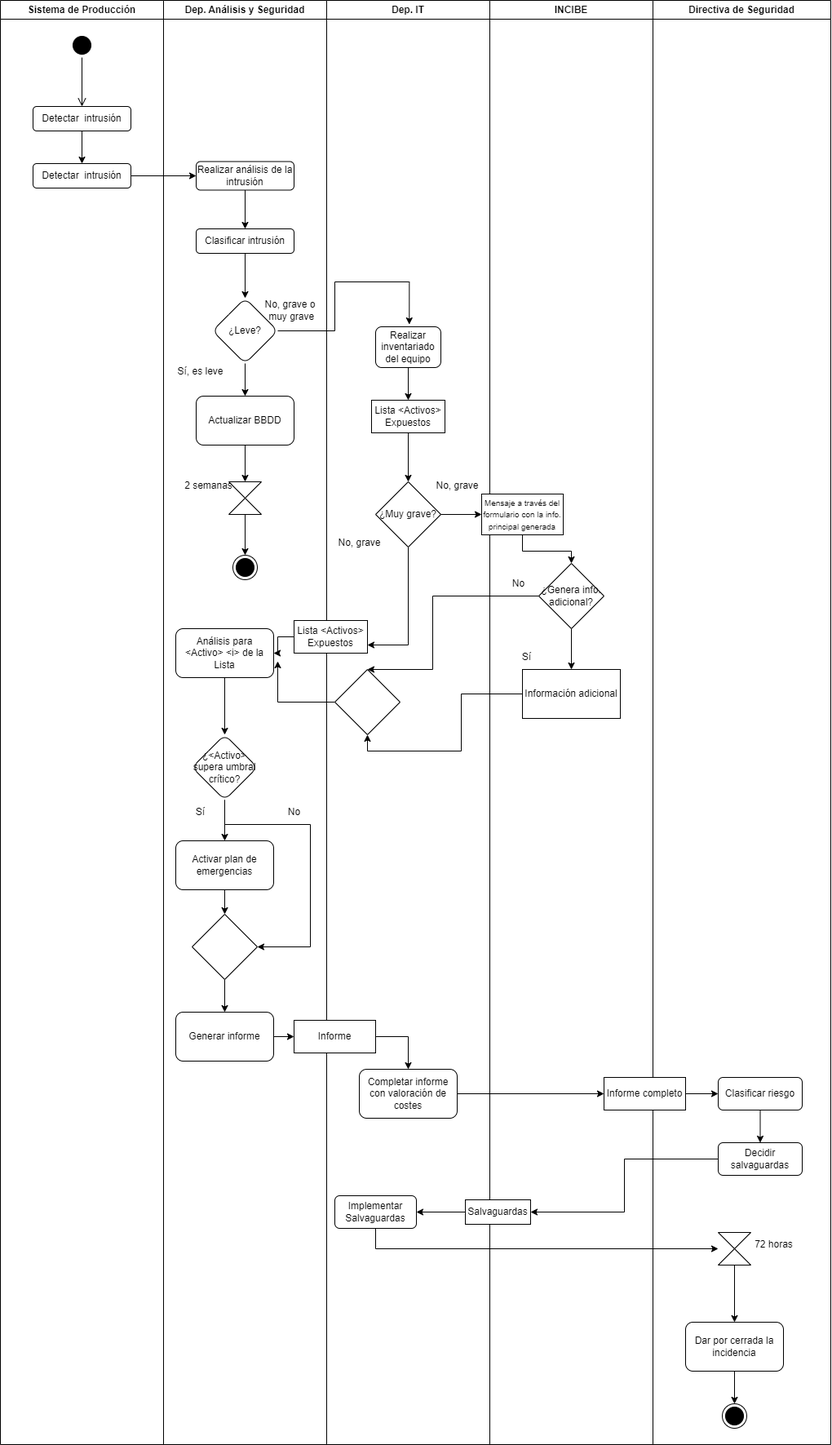
Before: Diagrams/UMLPractica.png, a diagram exported from draw.io (siciliagc/Sistemas-de-Informaci-n). Source tidied: cells renumbered, new cells last; positions are measured from the earlier drawing's top-left corner, leaving out a move shared by most shapes. The source it was exported from:
```xml
<mxGraphModel>
  <root>
    <mxCell id="0" />
    <mxCell id="1" parent="0" />
    <mxCell id="2" value="Sistema de Producción" style="swimlane;whiteSpace=wrap;html=1;" parent="1" vertex="1">
      <mxGeometry width="200" height="1770" as="geometry" />
    </mxCell>
    <mxCell id="3" style="ellipse;html=1;shape=startState;fillColor=#000000;strokeColor=#000000;" parent="2" vertex="1">
      <mxGeometry x="85" y="40" width="30" height="30" as="geometry" />
    </mxCell>
    <mxCell id="4" style="edgeStyle=orthogonalEdgeStyle;html=1;verticalAlign=bottom;endArrow=open;endSize=8;strokeColor=#000000;rounded=0;" parent="2" edge="1" source="3">
      <mxGeometry relative="1" as="geometry">
        <mxPoint x="100" y="130" as="targetPoint" />
      </mxGeometry>
    </mxCell>
    <mxCell id="5" style="edgeStyle=orthogonalEdgeStyle;rounded=0;jettySize=auto;html=1;" parent="2" edge="1" source="6" target="7">
      <mxGeometry relative="1" as="geometry" />
    </mxCell>
    <mxCell id="6" value="Detectar&amp;nbsp; intrusión" style="rounded=1;whiteSpace=wrap;html=1;" parent="2" vertex="1">
      <mxGeometry x="40" y="130" width="120" height="30" as="geometry" />
    </mxCell>
    <mxCell id="7" value="Detectar&amp;nbsp; intrusión" style="rounded=1;whiteSpace=wrap;html=1;" parent="2" vertex="1">
      <mxGeometry x="40" y="200" width="120" height="30" as="geometry" />
    </mxCell>
    <mxCell id="8" value="Dep. Análisis y Seguridad" style="swimlane;whiteSpace=wrap;html=1;" parent="1" vertex="1">
      <mxGeometry x="200" width="200" height="1770" as="geometry" />
    </mxCell>
    <mxCell id="9" style="edgeStyle=orthogonalEdgeStyle;rounded=0;jettySize=auto;html=1;" parent="8" edge="1" source="10" target="12">
      <mxGeometry relative="1" as="geometry" />
    </mxCell>
    <mxCell id="10" value="Realizar análisis de la intrusión" style="whiteSpace=wrap;html=1;rounded=1;" parent="8" vertex="1">
      <mxGeometry x="40" y="197.5" width="120" height="35" as="geometry" />
    </mxCell>
    <mxCell id="11" style="edgeStyle=orthogonalEdgeStyle;rounded=0;jettySize=auto;html=1;" parent="8" edge="1" source="12" target="14">
      <mxGeometry relative="1" as="geometry" />
    </mxCell>
    <mxCell id="12" value="Clasificar intrusión" style="whiteSpace=wrap;html=1;rounded=1;" parent="8" vertex="1">
      <mxGeometry x="40" y="280" width="120" height="30" as="geometry" />
    </mxCell>
    <mxCell id="13" style="edgeStyle=orthogonalEdgeStyle;rounded=0;jettySize=auto;html=1;" parent="8" edge="1" source="14" target="16">
      <mxGeometry relative="1" as="geometry" />
    </mxCell>
    <mxCell id="14" value="¿Leve?" style="rhombus;whiteSpace=wrap;html=1;rounded=1;" parent="8" vertex="1">
      <mxGeometry x="60" y="365" width="80" height="80" as="geometry" />
    </mxCell>
    <mxCell id="15" style="edgeStyle=orthogonalEdgeStyle;rounded=0;jettySize=auto;html=1;" parent="8" edge="1" source="16" target="18">
      <mxGeometry relative="1" as="geometry" />
    </mxCell>
    <mxCell id="16" value="Actualizar BBDD" style="whiteSpace=wrap;html=1;rounded=1;" parent="8" vertex="1">
      <mxGeometry x="40" y="485" width="120" height="60" as="geometry" />
    </mxCell>
    <mxCell id="17" style="edgeStyle=orthogonalEdgeStyle;rounded=0;jettySize=auto;html=1;" parent="8" edge="1" source="18" target="19">
      <mxGeometry relative="1" as="geometry" />
    </mxCell>
    <mxCell id="18" style="shape=collate;html=1;" parent="8" vertex="1">
      <mxGeometry x="80" y="590" width="40" height="40" as="geometry" />
    </mxCell>
    <mxCell id="19" style="ellipse;html=1;shape=endState;fillColor=strokeColor;" parent="8" vertex="1">
      <mxGeometry x="85" y="680" width="30" height="30" as="geometry" />
    </mxCell>
    <mxCell id="20" value="Sí, es leve" style="text;html=1;align=center;verticalAlign=middle;strokeColor=none;fillColor=none;" parent="8" vertex="1">
      <mxGeometry x="5" y="440" width="80" height="30" as="geometry" />
    </mxCell>
    <mxCell id="21" value="2 semanas" style="text;html=1;align=center;verticalAlign=middle;strokeColor=none;fillColor=none;" parent="8" vertex="1">
      <mxGeometry x="15" y="580" width="80" height="30" as="geometry" />
    </mxCell>
    <mxCell id="22" value="No, grave o&lt;br&gt;&amp;nbsp;muy grave" style="text;html=1;align=center;verticalAlign=middle;strokeColor=none;fillColor=none;" parent="8" vertex="1">
      <mxGeometry x="110" y="360" width="90" height="40" as="geometry" />
    </mxCell>
    <mxCell id="23" style="edgeStyle=orthogonalEdgeStyle;rounded=0;jettySize=auto;html=1;" parent="8" edge="1" source="24" target="27">
      <mxGeometry relative="1" as="geometry" />
    </mxCell>
    <mxCell id="24" value="Análisis para &amp;lt;Activo&amp;gt; &amp;lt;i&amp;gt; de la Lista" style="rounded=1;whiteSpace=wrap;html=1;" parent="8" vertex="1">
      <mxGeometry x="15" y="770" width="120" height="60" as="geometry" />
    </mxCell>
    <mxCell id="25" style="edgeStyle=orthogonalEdgeStyle;rounded=0;jettySize=auto;html=1;" parent="8" edge="1" source="27" target="29">
      <mxGeometry relative="1" as="geometry" />
    </mxCell>
    <mxCell id="26" style="edgeStyle=orthogonalEdgeStyle;rounded=0;jettySize=auto;html=1;entryX=1;entryY=0.5;entryDx=0;entryDy=0;" parent="8" edge="1" source="27" target="32">
      <mxGeometry relative="1" as="geometry">
        <Array as="points">
          <mxPoint x="75" y="1010" />
          <mxPoint x="180" y="1010" />
          <mxPoint x="180" y="1160" />
        </Array>
      </mxGeometry>
    </mxCell>
    <mxCell id="27" value="¿&amp;lt;Activo&amp;gt; supera umbral crítico?" style="rhombus;whiteSpace=wrap;html=1;rounded=1;" parent="8" vertex="1">
      <mxGeometry x="35" y="900" width="80" height="80" as="geometry" />
    </mxCell>
    <mxCell id="28" style="edgeStyle=orthogonalEdgeStyle;rounded=0;jettySize=auto;html=1;" parent="8" edge="1" source="29" target="32">
      <mxGeometry relative="1" as="geometry" />
    </mxCell>
    <mxCell id="29" value="Activar plan de emergencias" style="whiteSpace=wrap;html=1;rounded=1;" parent="8" vertex="1">
      <mxGeometry x="15" y="1030" width="120" height="60" as="geometry" />
    </mxCell>
    <mxCell id="30" value="Sí" style="text;html=1;align=center;verticalAlign=middle;strokeColor=none;fillColor=none;" parent="8" vertex="1">
      <mxGeometry x="30" y="980" width="30" height="30" as="geometry" />
    </mxCell>
    <mxCell id="31" style="edgeStyle=orthogonalEdgeStyle;rounded=0;jettySize=auto;html=1;" parent="8" edge="1" source="32" target="34">
      <mxGeometry relative="1" as="geometry" />
    </mxCell>
    <mxCell id="32" style="rhombus;whiteSpace=wrap;html=1;" parent="8" vertex="1">
      <mxGeometry x="35" y="1120" width="80" height="80" as="geometry" />
    </mxCell>
    <mxCell id="33" value="No" style="text;html=1;align=center;verticalAlign=middle;strokeColor=none;fillColor=none;" parent="8" vertex="1">
      <mxGeometry x="140" y="980" width="40" height="30" as="geometry" />
    </mxCell>
    <mxCell id="34" value="Generar informe" style="rounded=1;whiteSpace=wrap;html=1;" parent="8" vertex="1">
      <mxGeometry x="15" y="1240" width="120" height="60" as="geometry" />
    </mxCell>
    <mxCell id="35" value="Dep. IT" style="swimlane;whiteSpace=wrap;html=1;" parent="1" vertex="1">
      <mxGeometry x="400" width="200" height="1770" as="geometry" />
    </mxCell>
    <mxCell id="36" style="edgeStyle=orthogonalEdgeStyle;rounded=0;jettySize=auto;html=1;" parent="35" edge="1" source="37" target="39">
      <mxGeometry relative="1" as="geometry" />
    </mxCell>
    <mxCell id="37" value="Realizar inventariado del equipo" style="rounded=1;whiteSpace=wrap;html=1;" parent="35" vertex="1">
      <mxGeometry x="60" y="400" width="80" height="50" as="geometry" />
    </mxCell>
    <mxCell id="38" style="edgeStyle=orthogonalEdgeStyle;rounded=0;jettySize=auto;html=1;" parent="35" edge="1" source="39" target="41">
      <mxGeometry relative="1" as="geometry" />
    </mxCell>
    <mxCell id="39" value="Lista &amp;lt;Activos&amp;gt; Expuestos" style="rounded=0;whiteSpace=wrap;html=1;" parent="35" vertex="1">
      <mxGeometry x="55" y="490" width="90" height="40" as="geometry" />
    </mxCell>
    <mxCell id="40" style="edgeStyle=orthogonalEdgeStyle;rounded=0;jettySize=auto;html=1;entryX=1;entryY=0.75;entryDx=0;entryDy=0;" parent="35" edge="1" source="41" target="44">
      <mxGeometry relative="1" as="geometry">
        <Array as="points">
          <mxPoint x="100" y="790" />
        </Array>
      </mxGeometry>
    </mxCell>
    <mxCell id="41" value="¿Muy grave?" style="rhombus;whiteSpace=wrap;html=1;rounded=0;" parent="35" vertex="1">
      <mxGeometry x="60" y="590" width="80" height="80" as="geometry" />
    </mxCell>
    <mxCell id="42" value="No, grave" style="text;html=1;align=center;verticalAlign=middle;strokeColor=none;fillColor=none;" parent="35" vertex="1">
      <mxGeometry y="650" width="80" height="30" as="geometry" />
    </mxCell>
    <mxCell id="43" value="No, grave" style="text;html=1;align=center;verticalAlign=middle;strokeColor=none;fillColor=none;" parent="35" vertex="1">
      <mxGeometry x="120" y="580" width="80" height="30" as="geometry" />
    </mxCell>
    <mxCell id="44" value="Lista &amp;lt;Activos&amp;gt; Expuestos" style="rounded=0;whiteSpace=wrap;html=1;" parent="35" vertex="1">
      <mxGeometry x="-40" y="760" width="90" height="40" as="geometry" />
    </mxCell>
    <mxCell id="45" style="edgeStyle=orthogonalEdgeStyle;rounded=0;jettySize=auto;html=1;" parent="35" edge="1" source="46">
      <mxGeometry relative="1" as="geometry">
        <mxPoint x="-60" y="810" as="targetPoint" />
      </mxGeometry>
    </mxCell>
    <mxCell id="46" style="rhombus;whiteSpace=wrap;html=1;" parent="35" vertex="1">
      <mxGeometry x="10" y="820" width="80" height="80" as="geometry" />
    </mxCell>
    <mxCell id="47" style="edgeStyle=orthogonalEdgeStyle;rounded=0;jettySize=auto;html=1;entryX=0.5;entryY=0;entryDx=0;entryDy=0;" parent="35" edge="1" source="48" target="49">
      <mxGeometry relative="1" as="geometry">
        <Array as="points">
          <mxPoint x="100" y="1270" />
        </Array>
      </mxGeometry>
    </mxCell>
    <mxCell id="48" value="Informe" style="rounded=0;whiteSpace=wrap;html=1;" parent="35" vertex="1">
      <mxGeometry x="-40" y="1250" width="100" height="40" as="geometry" />
    </mxCell>
    <mxCell id="49" value="Completar informe con valoración de costes" style="rounded=1;whiteSpace=wrap;html=1;" parent="35" vertex="1">
      <mxGeometry x="40" y="1310" width="120" height="60" as="geometry" />
    </mxCell>
    <mxCell id="50" value="Implementar Salvaguardas" style="rounded=1;whiteSpace=wrap;html=1;" parent="35" vertex="1">
      <mxGeometry x="10" y="1465" width="100" height="40" as="geometry" />
    </mxCell>
    <mxCell id="51" value="INCIBE" style="swimlane;whiteSpace=wrap;html=1;" parent="1" vertex="1">
      <mxGeometry x="600" width="200" height="1770" as="geometry" />
    </mxCell>
    <mxCell id="52" style="edgeStyle=orthogonalEdgeStyle;rounded=0;jettySize=auto;html=1;" parent="51" edge="1" source="53" target="55">
      <mxGeometry relative="1" as="geometry" />
    </mxCell>
    <mxCell id="53" value="&lt;font style=&quot;font-size: 10px;&quot;&gt;Mensaje a través del formulario con la info. principal generada&lt;/font&gt;" style="rounded=0;whiteSpace=wrap;html=1;" parent="51" vertex="1">
      <mxGeometry x="-10" y="605" width="100" height="50" as="geometry" />
    </mxCell>
    <mxCell id="54" style="edgeStyle=orthogonalEdgeStyle;rounded=0;jettySize=auto;html=1;" parent="51" edge="1" source="55" target="56">
      <mxGeometry relative="1" as="geometry" />
    </mxCell>
    <mxCell id="55" value="¿Genera info. adicional?" style="rhombus;whiteSpace=wrap;html=1;rounded=0;" parent="51" vertex="1">
      <mxGeometry x="60" y="690" width="80" height="80" as="geometry" />
    </mxCell>
    <mxCell id="56" value="Información adicional" style="whiteSpace=wrap;html=1;rounded=0;" parent="51" vertex="1">
      <mxGeometry x="40" y="820" width="120" height="60" as="geometry" />
    </mxCell>
    <mxCell id="57" value="Sí" style="text;html=1;align=center;verticalAlign=middle;strokeColor=none;fillColor=none;" parent="51" vertex="1">
      <mxGeometry x="30" y="790" width="30" height="30" as="geometry" />
    </mxCell>
    <mxCell id="58" value="No" style="text;html=1;align=center;verticalAlign=middle;strokeColor=none;fillColor=none;" parent="51" vertex="1">
      <mxGeometry x="15" y="700" width="40" height="30" as="geometry" />
    </mxCell>
    <mxCell id="59" value="Salvaguardas" style="rounded=0;whiteSpace=wrap;html=1;" parent="51" vertex="1">
      <mxGeometry x="-30" y="1470" width="80" height="30" as="geometry" />
    </mxCell>
    <mxCell id="60" value="Directiva de Seguridad" style="swimlane;whiteSpace=wrap;html=1;" parent="1" vertex="1">
      <mxGeometry x="800" width="218" height="1770" as="geometry" />
    </mxCell>
    <mxCell id="61" style="edgeStyle=orthogonalEdgeStyle;rounded=0;jettySize=auto;html=1;" parent="60" edge="1" source="62" target="64">
      <mxGeometry relative="1" as="geometry" />
    </mxCell>
    <mxCell id="62" value="Informe completo" style="rounded=0;whiteSpace=wrap;html=1;" parent="60" vertex="1">
      <mxGeometry x="-60" y="1320" width="100" height="40" as="geometry" />
    </mxCell>
    <mxCell id="63" style="edgeStyle=orthogonalEdgeStyle;rounded=0;jettySize=auto;html=1;" parent="60" edge="1" source="64" target="65">
      <mxGeometry relative="1" as="geometry" />
    </mxCell>
    <mxCell id="64" value="Clasificar riesgo" style="rounded=1;whiteSpace=wrap;html=1;" parent="60" vertex="1">
      <mxGeometry x="80" y="1320" width="103" height="40" as="geometry" />
    </mxCell>
    <mxCell id="65" value="Decidir salvaguardas" style="rounded=1;whiteSpace=wrap;html=1;" parent="60" vertex="1">
      <mxGeometry x="80" y="1400" width="103" height="40" as="geometry" />
    </mxCell>
    <mxCell id="66" style="edgeStyle=orthogonalEdgeStyle;rounded=0;jettySize=auto;html=1;" parent="60" edge="1" source="67" target="70">
      <mxGeometry relative="1" as="geometry" />
    </mxCell>
    <mxCell id="67" style="shape=collate;html=1;" parent="60" vertex="1">
      <mxGeometry x="80" y="1510" width="40" height="40" as="geometry" />
    </mxCell>
    <mxCell id="68" value="72 horas" style="text;html=1;align=center;verticalAlign=middle;strokeColor=none;fillColor=none;" parent="60" vertex="1">
      <mxGeometry x="113" y="1510" width="70" height="30" as="geometry" />
    </mxCell>
    <mxCell id="69" style="edgeStyle=orthogonalEdgeStyle;rounded=0;jettySize=auto;html=1;" parent="60" edge="1" source="70" target="71">
      <mxGeometry relative="1" as="geometry" />
    </mxCell>
    <mxCell id="70" value="Dar por cerrada la incidencia" style="rounded=1;whiteSpace=wrap;html=1;" parent="60" vertex="1">
      <mxGeometry x="40" y="1620" width="120" height="60" as="geometry" />
    </mxCell>
    <mxCell id="71" style="ellipse;html=1;shape=endState;fillColor=strokeColor;" parent="60" vertex="1">
      <mxGeometry x="85" y="1720" width="30" height="30" as="geometry" />
    </mxCell>
    <mxCell id="72" style="edgeStyle=orthogonalEdgeStyle;rounded=0;jettySize=auto;html=1;" parent="1" edge="1" source="7" target="10">
      <mxGeometry relative="1" as="geometry" />
    </mxCell>
    <mxCell id="73" style="edgeStyle=orthogonalEdgeStyle;rounded=0;jettySize=auto;html=1;entryX=-0.073;entryY=0.484;entryDx=0;entryDy=0;entryPerimeter=0;" parent="1" edge="1" source="14">
      <mxGeometry relative="1" as="geometry">
        <mxPoint x="501.3" y="397.1" as="targetPoint" />
        <Array as="points">
          <mxPoint x="410" y="405" />
          <mxPoint x="410" y="345" />
          <mxPoint x="501" y="345" />
        </Array>
      </mxGeometry>
    </mxCell>
    <mxCell id="74" style="edgeStyle=orthogonalEdgeStyle;rounded=0;jettySize=auto;html=1;" parent="1" edge="1" source="41" target="53">
      <mxGeometry relative="1" as="geometry" />
    </mxCell>
    <mxCell id="75" style="edgeStyle=orthogonalEdgeStyle;rounded=0;jettySize=auto;html=1;entryX=1;entryY=0.5;entryDx=0;entryDy=0;" parent="1" edge="1" source="44" target="24">
      <mxGeometry relative="1" as="geometry" />
    </mxCell>
    <mxCell id="76" style="edgeStyle=orthogonalEdgeStyle;rounded=0;jettySize=auto;html=1;entryX=0.5;entryY=1;entryDx=0;entryDy=0;" parent="1" edge="1" source="56" target="46">
      <mxGeometry relative="1" as="geometry" />
    </mxCell>
    <mxCell id="77" style="edgeStyle=orthogonalEdgeStyle;rounded=0;jettySize=auto;html=1;entryX=0.5;entryY=0;entryDx=0;entryDy=0;" parent="1" edge="1" source="55" target="46">
      <mxGeometry relative="1" as="geometry">
        <Array as="points">
          <mxPoint x="530" y="730" />
          <mxPoint x="530" y="820" />
        </Array>
      </mxGeometry>
    </mxCell>
    <mxCell id="78" style="edgeStyle=orthogonalEdgeStyle;rounded=0;jettySize=auto;html=1;" parent="1" edge="1" source="34" target="48">
      <mxGeometry relative="1" as="geometry" />
    </mxCell>
    <mxCell id="79" style="edgeStyle=orthogonalEdgeStyle;rounded=0;jettySize=auto;html=1;entryX=0;entryY=0.5;entryDx=0;entryDy=0;" parent="1" edge="1" source="49" target="62">
      <mxGeometry relative="1" as="geometry" />
    </mxCell>
    <mxCell id="80" style="edgeStyle=orthogonalEdgeStyle;rounded=0;jettySize=auto;html=1;entryX=1;entryY=0.5;entryDx=0;entryDy=0;" parent="1" edge="1" source="65" target="59">
      <mxGeometry relative="1" as="geometry" />
    </mxCell>
    <mxCell id="81" style="edgeStyle=orthogonalEdgeStyle;rounded=0;jettySize=auto;html=1;entryX=1;entryY=0.5;entryDx=0;entryDy=0;" parent="1" edge="1" source="59" target="50">
      <mxGeometry relative="1" as="geometry" />
    </mxCell>
    <mxCell id="82" style="edgeStyle=orthogonalEdgeStyle;rounded=0;jettySize=auto;html=1;entryX=0;entryY=0.5;entryDx=0;entryDy=0;" parent="1" edge="1" source="50" target="67">
      <mxGeometry relative="1" as="geometry">
        <Array as="points">
          <mxPoint x="460" y="1530" />
        </Array>
      </mxGeometry>
    </mxCell>
  </root>
</mxGraphModel>
```
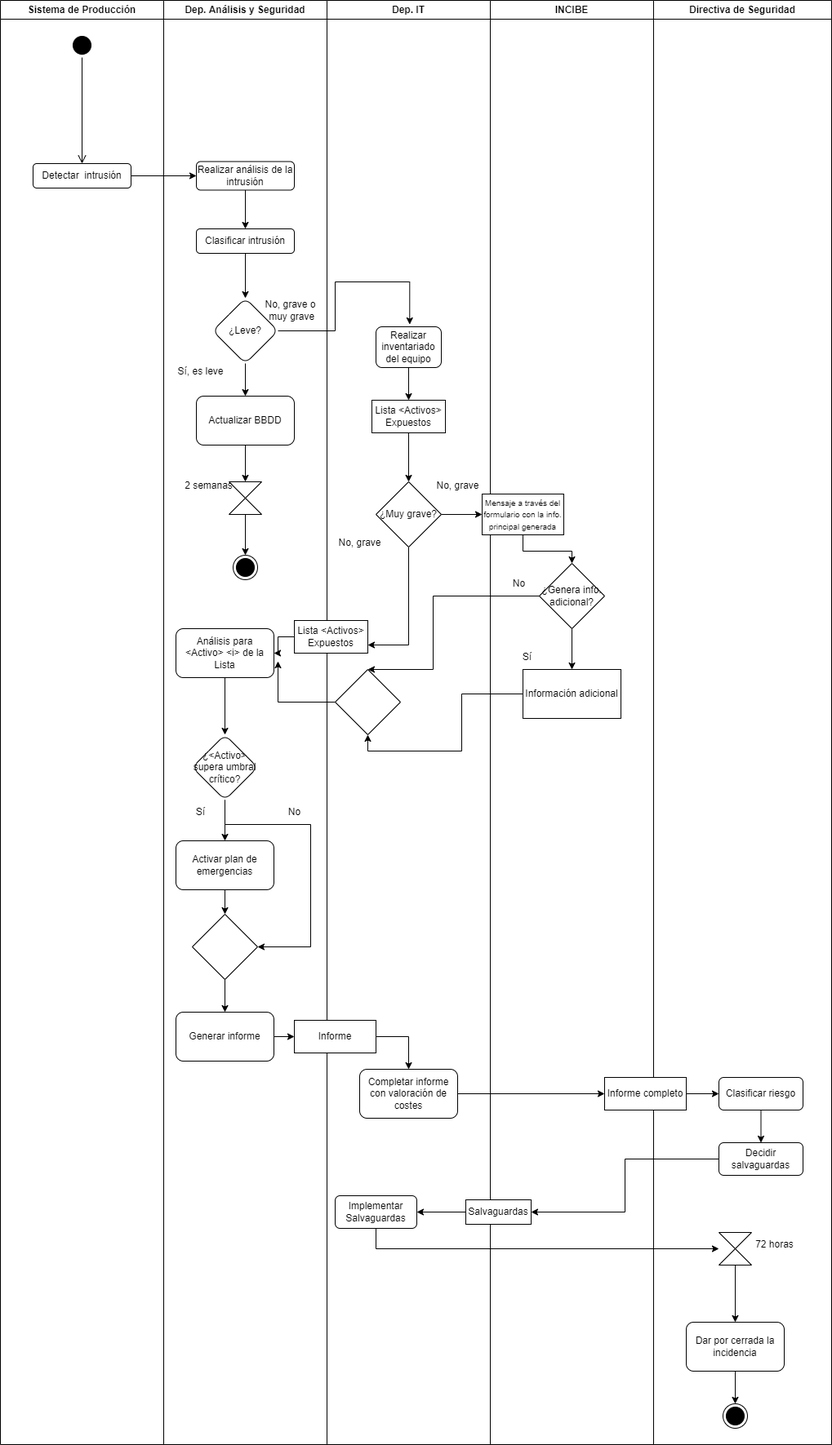
After the change.

What changed in the source:
```diff
@@ -8,17 +8,9 @@
     <mxCell id="3" style="ellipse;html=1;shape=startState;fillColor=#000000;strokeColor=#000000;" parent="2" vertex="1">
       <mxGeometry x="85" y="40" width="30" height="30" as="geometry" />
     </mxCell>
-    <mxCell id="4" style="edgeStyle=orthogonalEdgeStyle;html=1;verticalAlign=bottom;endArrow=open;endSize=8;strokeColor=#000000;rounded=0;" parent="2" edge="1" source="3">
-      <mxGeometry relative="1" as="geometry">
-        <mxPoint x="100" y="130" as="targetPoint" />
-      </mxGeometry>
+    <mxCell id="4" style="edgeStyle=orthogonalEdgeStyle;html=1;verticalAlign=bottom;endArrow=open;endSize=8;strokeColor=#000000;rounded=0;entryX=0.5;entryY=0;entryDx=0;entryDy=0;" parent="2" edge="1" source="3" target="7">
+      <mxGeometry relative="1" as="geometry" />
     </mxCell>
-    <mxCell id="5" style="edgeStyle=orthogonalEdgeStyle;rounded=0;jettySize=auto;html=1;" parent="2" edge="1" source="6" target="7">
-      <mxGeometry relative="1" as="geometry" />
-    </mxCell>
-    <mxCell id="6" value="Detectar&amp;nbsp; intrusión" style="rounded=1;whiteSpace=wrap;html=1;" parent="2" vertex="1">
-      <mxGeometry x="40" y="130" width="120" height="30" as="geometry" />
-    </mxCell>
     <mxCell id="7" value="Detectar&amp;nbsp; intrusión" style="rounded=1;whiteSpace=wrap;html=1;" parent="2" vertex="1">
       <mxGeometry x="40" y="200" width="120" height="30" as="geometry" />
     </mxCell>
```
